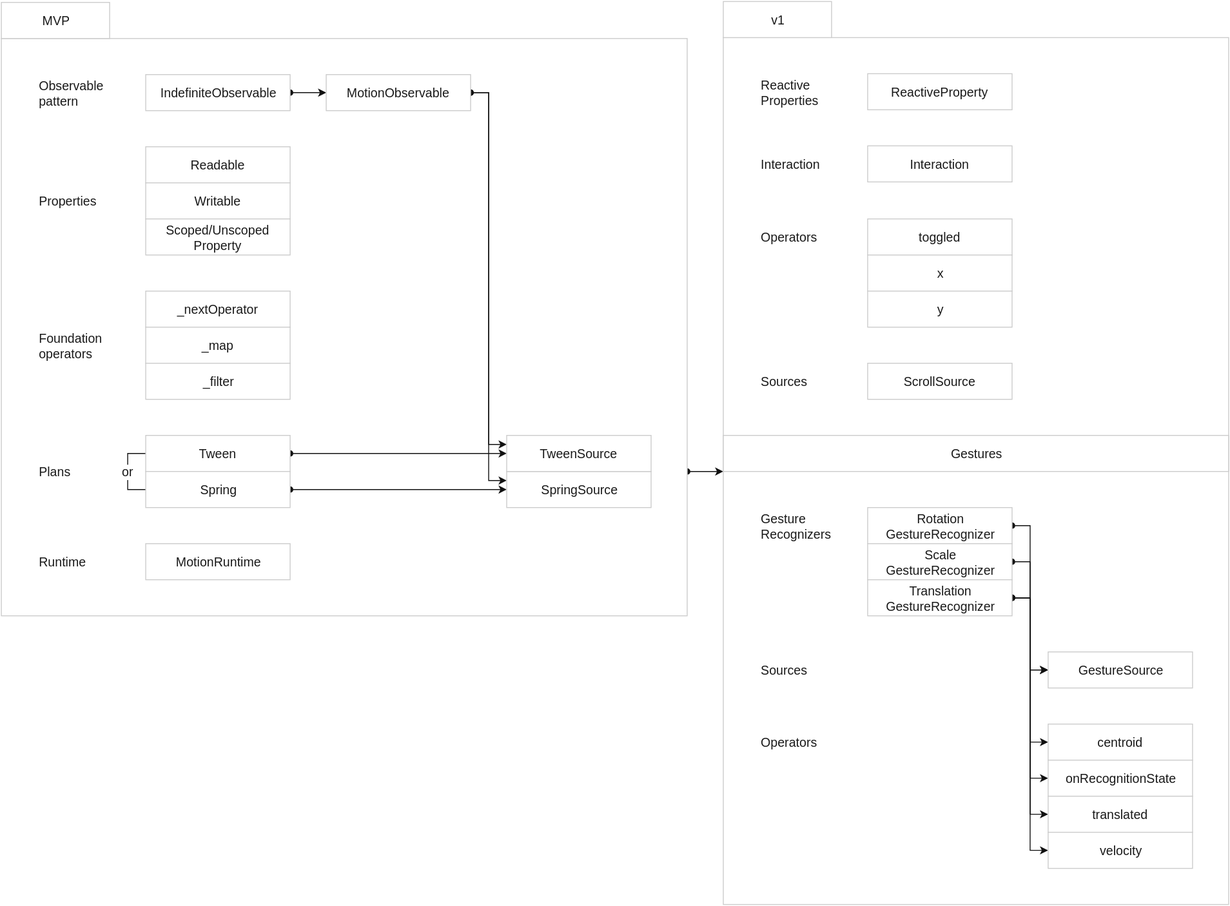
Before: assets/tech-tree-features.svg, a diagram exported from draw.io (material-motion/material-motion). Source tidied: cells renumbered, new cells last; positions are measured from the earlier drawing's top-left corner, leaving out a move shared by most shapes.
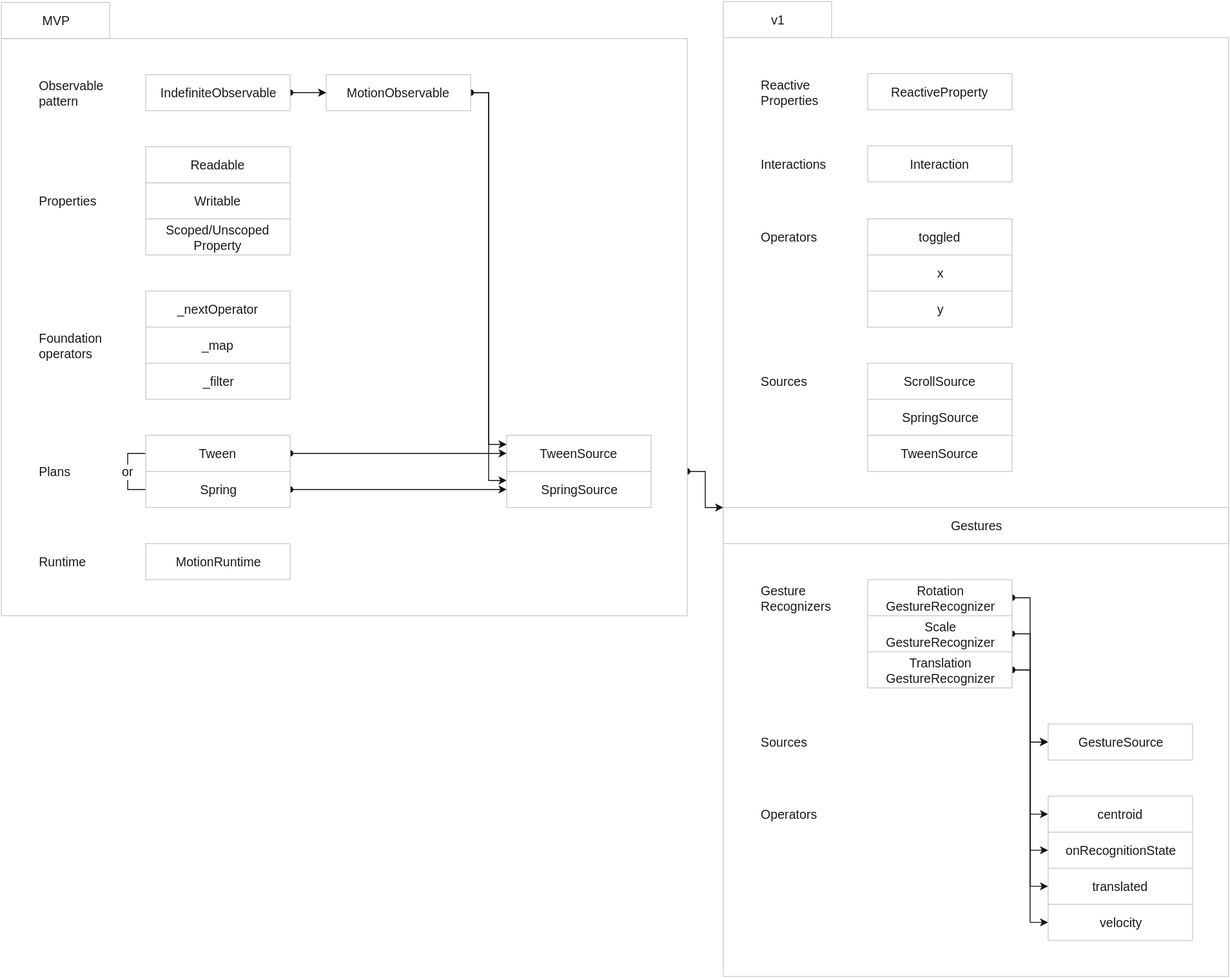
Above is the later version.

The edit, as a diff of the source:
```diff
@@ -3,7 +3,7 @@
     <mxCell id="0" />
     <mxCell id="1" parent="0" />
     <mxCell id="2" style="whiteSpace=wrap;html=1;labelBackgroundColor=none;strokeColor=#CCCCCC;strokeWidth=1;fillColor=#FFFFFF;gradientColor=none;fontFamily=Helvetica;fontSize=14;fontColor=#1A1A1A;align=center;" parent="1" vertex="1">
-      <mxGeometry x="800" y="40" width="560" height="961" as="geometry" />
+      <mxGeometry x="800" y="40" width="560" height="1041" as="geometry" />
     </mxCell>
     <mxCell id="3" style="edgeStyle=orthogonalEdgeStyle;rounded=0;html=1;exitX=1;exitY=0.75;entryX=0;entryY=0.5;labelBackgroundColor=#FFFFFF;startArrow=oval;startFill=1;endArrow=classic;endFill=1;jettySize=auto;strokeColor=#111;strokeWidth=1;fillColor=#ffffff;fontFamily=Helvetica;fontSize=14;fontColor=#1A1A1A;" parent="1" edge="1" source="4" target="2">
       <mxGeometry relative="1" as="geometry" />
@@ -98,7 +98,7 @@
     <mxCell id="33" value="Interaction" style="whiteSpace=wrap;html=1;labelBackgroundColor=none;strokeColor=#CCCCCC;strokeWidth=1;fillColor=#FFFFFF;gradientColor=none;fontFamily=Helvetica;fontSize=14;fontColor=#1A1A1A;align=center;" parent="1" vertex="1">
       <mxGeometry x="960" y="160" width="160" height="40" as="geometry" />
     </mxCell>
-    <mxCell id="34" value="Interaction" style="text;html=1;strokeColor=none;fillColor=none;align=left;verticalAlign=middle;whiteSpace=wrap;labelBackgroundColor=none;fontFamily=Helvetica;fontSize=14;fontColor=#1A1A1A;" parent="1" vertex="1">
+    <mxCell id="34" value="Interactions" style="text;html=1;strokeColor=none;fillColor=none;align=left;verticalAlign=middle;whiteSpace=wrap;labelBackgroundColor=none;fontFamily=Helvetica;fontSize=14;fontColor=#1A1A1A;" parent="1" vertex="1">
       <mxGeometry x="840" y="160" width="80" height="40" as="geometry" />
     </mxCell>
     <mxCell id="35" value="toggled" style="whiteSpace=wrap;html=1;labelBackgroundColor=none;strokeColor=#CCCCCC;strokeWidth=1;fillColor=#FFFFFF;gradientColor=none;fontFamily=Helvetica;fontSize=14;fontColor=#1A1A1A;align=center;" parent="1" vertex="1">
@@ -114,61 +114,61 @@
       <mxGeometry x="840" y="241" width="80" height="40" as="geometry" />
     </mxCell>
     <mxCell id="39" style="edgeStyle=orthogonalEdgeStyle;rounded=0;html=1;exitX=1;exitY=0.5;entryX=0;entryY=0.5;labelBackgroundColor=#FFFFFF;startArrow=oval;startFill=1;endArrow=classic;endFill=1;jettySize=auto;strokeColor=#111;strokeWidth=1;fillColor=#ffffff;fontFamily=Helvetica;fontSize=14;fontColor=#1A1A1A;" parent="1" edge="1" source="40" target="55">
-      <mxGeometry x="1000" y="737" as="geometry" />
+      <mxGeometry x="1000" y="817" as="geometry" />
     </mxCell>
     <mxCell id="40" value="Rotation&lt;div&gt;GestureRecognizer&lt;/div&gt;" style="whiteSpace=wrap;html=1;labelBackgroundColor=none;strokeColor=#CCCCCC;strokeWidth=1;fillColor=#FFFFFF;gradientColor=none;fontFamily=Helvetica;fontSize=14;fontColor=#1A1A1A;align=center;" parent="1" vertex="1">
-      <mxGeometry x="960" y="561" width="160" height="40" as="geometry" />
+      <mxGeometry x="960" y="641" width="160" height="40" as="geometry" />
     </mxCell>
     <mxCell id="41" value="Gesture Recognizers" style="text;html=1;strokeColor=none;fillColor=none;align=left;verticalAlign=middle;whiteSpace=wrap;labelBackgroundColor=none;fontFamily=Helvetica;fontSize=14;fontColor=#1A1A1A;" parent="1" vertex="1">
-      <mxGeometry x="840" y="561" width="80" height="40" as="geometry" />
+      <mxGeometry x="840" y="641" width="80" height="40" as="geometry" />
     </mxCell>
     <mxCell id="42" style="edgeStyle=orthogonalEdgeStyle;rounded=0;html=1;exitX=1;exitY=0.5;entryX=0;entryY=0.5;labelBackgroundColor=#FFFFFF;startArrow=oval;startFill=1;endArrow=classic;endFill=1;jettySize=auto;strokeColor=#111;strokeWidth=1;fillColor=#ffffff;fontFamily=Helvetica;fontSize=14;fontColor=#1A1A1A;" parent="1" edge="1" source="43" target="55">
-      <mxGeometry x="1000" y="777" as="geometry" />
+      <mxGeometry x="1000" y="857" as="geometry" />
     </mxCell>
     <mxCell id="43" value="Scale&lt;div&gt;GestureRecognizer&lt;/div&gt;" style="whiteSpace=wrap;html=1;labelBackgroundColor=none;strokeColor=#CCCCCC;strokeWidth=1;fillColor=#FFFFFF;gradientColor=none;fontFamily=Helvetica;fontSize=14;fontColor=#1A1A1A;align=center;" parent="1" vertex="1">
-      <mxGeometry x="960" y="601" width="160" height="40" as="geometry" />
+      <mxGeometry x="960" y="681" width="160" height="40" as="geometry" />
     </mxCell>
     <mxCell id="44" style="edgeStyle=orthogonalEdgeStyle;rounded=0;html=1;exitX=1;exitY=0.5;entryX=0;entryY=0.5;labelBackgroundColor=#FFFFFF;startArrow=oval;startFill=1;endArrow=classic;endFill=1;jettySize=auto;strokeColor=#111;strokeWidth=1;fillColor=#ffffff;fontFamily=Helvetica;fontSize=14;fontColor=#1A1A1A;" parent="1" edge="1" source="49" target="55">
-      <mxGeometry x="1000" y="817" as="geometry" />
+      <mxGeometry x="1000" y="897" as="geometry" />
     </mxCell>
     <mxCell id="45" style="edgeStyle=orthogonalEdgeStyle;rounded=0;html=1;exitX=1;exitY=0.5;entryX=0;entryY=0.5;labelBackgroundColor=#FFFFFF;startArrow=oval;startFill=1;endArrow=classic;endFill=1;jettySize=auto;strokeColor=#111;strokeWidth=1;fillColor=#ffffff;fontFamily=Helvetica;fontSize=14;fontColor=#1A1A1A;" parent="1" edge="1" source="49" target="50">
-      <mxGeometry x="1000" y="817" as="geometry" />
+      <mxGeometry x="1000" y="897" as="geometry" />
     </mxCell>
     <mxCell id="46" style="edgeStyle=orthogonalEdgeStyle;rounded=0;html=1;exitX=1;exitY=0.5;entryX=0;entryY=0.5;labelBackgroundColor=#FFFFFF;startArrow=oval;startFill=1;endArrow=classic;endFill=1;jettySize=auto;strokeColor=#111;strokeWidth=1;fillColor=#ffffff;fontFamily=Helvetica;fontSize=14;fontColor=#1A1A1A;" parent="1" edge="1" source="49" target="51">
-      <mxGeometry x="1000" y="817" as="geometry" />
+      <mxGeometry x="1000" y="897" as="geometry" />
     </mxCell>
     <mxCell id="47" style="edgeStyle=orthogonalEdgeStyle;rounded=0;html=1;exitX=1;exitY=0.5;entryX=0;entryY=0.5;labelBackgroundColor=#FFFFFF;startArrow=oval;startFill=1;endArrow=classic;endFill=1;jettySize=auto;strokeColor=#111;strokeWidth=1;fillColor=#ffffff;fontFamily=Helvetica;fontSize=14;fontColor=#1A1A1A;" parent="1" edge="1" source="49" target="52">
-      <mxGeometry x="1000" y="817" as="geometry" />
+      <mxGeometry x="1000" y="897" as="geometry" />
     </mxCell>
     <mxCell id="48" style="edgeStyle=orthogonalEdgeStyle;rounded=0;html=1;exitX=1;exitY=0.5;entryX=0;entryY=0.5;labelBackgroundColor=#FFFFFF;startArrow=oval;startFill=1;endArrow=classic;endFill=1;jettySize=auto;strokeColor=#111;strokeWidth=1;fillColor=#ffffff;fontFamily=Helvetica;fontSize=14;fontColor=#1A1A1A;" parent="1" edge="1" source="49" target="53">
-      <mxGeometry x="1000" y="817" as="geometry" />
+      <mxGeometry x="1000" y="897" as="geometry" />
     </mxCell>
     <mxCell id="49" value="Translation&lt;div&gt;GestureRecognizer&lt;/div&gt;" style="whiteSpace=wrap;html=1;labelBackgroundColor=none;strokeColor=#CCCCCC;strokeWidth=1;fillColor=#FFFFFF;gradientColor=none;fontFamily=Helvetica;fontSize=14;fontColor=#1A1A1A;align=center;" parent="1" vertex="1">
-      <mxGeometry x="960" y="641" width="160" height="40" as="geometry" />
+      <mxGeometry x="960" y="721" width="160" height="40" as="geometry" />
     </mxCell>
     <mxCell id="50" value="centroid" style="whiteSpace=wrap;html=1;labelBackgroundColor=none;strokeColor=#CCCCCC;strokeWidth=1;fillColor=#FFFFFF;gradientColor=none;fontFamily=Helvetica;fontSize=14;fontColor=#1A1A1A;align=center;" parent="1" vertex="1">
-      <mxGeometry x="1160" y="801" width="160" height="40" as="geometry" />
+      <mxGeometry x="1160" y="881" width="160" height="40" as="geometry" />
     </mxCell>
     <mxCell id="51" value="onRecognitionState" style="whiteSpace=wrap;html=1;labelBackgroundColor=none;strokeColor=#CCCCCC;strokeWidth=1;fillColor=#FFFFFF;gradientColor=none;fontFamily=Helvetica;fontSize=14;fontColor=#1A1A1A;align=center;" parent="1" vertex="1">
-      <mxGeometry x="1160" y="841" width="160" height="40" as="geometry" />
+      <mxGeometry x="1160" y="921" width="160" height="40" as="geometry" />
     </mxCell>
     <mxCell id="52" value="translated" style="whiteSpace=wrap;html=1;labelBackgroundColor=none;strokeColor=#CCCCCC;strokeWidth=1;fillColor=#FFFFFF;gradientColor=none;fontFamily=Helvetica;fontSize=14;fontColor=#1A1A1A;align=center;" parent="1" vertex="1">
-      <mxGeometry x="1160" y="881" width="160" height="40" as="geometry" />
+      <mxGeometry x="1160" y="961" width="160" height="40" as="geometry" />
     </mxCell>
     <mxCell id="53" value="velocity" style="whiteSpace=wrap;html=1;labelBackgroundColor=none;strokeColor=#CCCCCC;strokeWidth=1;fillColor=#FFFFFF;gradientColor=none;fontFamily=Helvetica;fontSize=14;fontColor=#1A1A1A;align=center;" parent="1" vertex="1">
-      <mxGeometry x="1160" y="921" width="160" height="40" as="geometry" />
+      <mxGeometry x="1160" y="1001" width="160" height="40" as="geometry" />
     </mxCell>
     <mxCell id="54" value="Sources" style="text;html=1;strokeColor=none;fillColor=none;align=left;verticalAlign=middle;whiteSpace=wrap;labelBackgroundColor=none;fontFamily=Helvetica;fontSize=14;fontColor=#1A1A1A;" parent="1" vertex="1">
-      <mxGeometry x="840" y="721" width="80" height="40" as="geometry" />
+      <mxGeometry x="840" y="801" width="80" height="40" as="geometry" />
     </mxCell>
     <mxCell id="55" value="GestureSource" style="whiteSpace=wrap;html=1;labelBackgroundColor=none;strokeColor=#CCCCCC;strokeWidth=1;fillColor=#FFFFFF;gradientColor=none;fontFamily=Helvetica;fontSize=14;fontColor=#1A1A1A;align=center;" parent="1" vertex="1">
-      <mxGeometry x="1160" y="721" width="160" height="40" as="geometry" />
+      <mxGeometry x="1160" y="801" width="160" height="40" as="geometry" />
     </mxCell>
     <mxCell id="56" value="Operators" style="text;html=1;strokeColor=none;fillColor=none;align=left;verticalAlign=middle;whiteSpace=wrap;labelBackgroundColor=none;fontFamily=Helvetica;fontSize=14;fontColor=#1A1A1A;" parent="1" vertex="1">
-      <mxGeometry x="840" y="801" width="80" height="40" as="geometry" />
+      <mxGeometry x="840" y="881" width="80" height="40" as="geometry" />
     </mxCell>
     <mxCell id="57" value="Gestures" style="whiteSpace=wrap;html=1;labelBackgroundColor=none;strokeColor=#CCCCCC;strokeWidth=1;fillColor=#FFFFFF;gradientColor=none;fontFamily=Helvetica;fontSize=14;fontColor=#1A1A1A;align=center;" parent="1" vertex="1">
-      <mxGeometry x="800" y="481" width="560" height="40" as="geometry" />
+      <mxGeometry x="800" y="561" width="560" height="40" as="geometry" />
     </mxCell>
     <mxCell id="58" value="Sources" style="text;html=1;strokeColor=none;fillColor=none;align=left;verticalAlign=middle;whiteSpace=wrap;labelBackgroundColor=none;fontFamily=Helvetica;fontSize=14;fontColor=#1A1A1A;" parent="1" vertex="1">
       <mxGeometry x="840" y="401" width="80" height="40" as="geometry" />
@@ -176,5 +176,11 @@
     <mxCell id="59" value="ScrollSource" style="whiteSpace=wrap;html=1;labelBackgroundColor=none;strokeColor=#CCCCCC;strokeWidth=1;fillColor=#FFFFFF;gradientColor=none;fontFamily=Helvetica;fontSize=14;fontColor=#1A1A1A;align=center;" parent="1" vertex="1">
       <mxGeometry x="960" y="401" width="160" height="40" as="geometry" />
     </mxCell>
+    <mxCell id="60" value="SpringSource" style="whiteSpace=wrap;html=1;labelBackgroundColor=none;strokeColor=#CCCCCC;strokeWidth=1;fillColor=#FFFFFF;gradientColor=none;fontFamily=Helvetica;fontSize=14;fontColor=#1A1A1A;align=center;" parent="1" vertex="1">
+      <mxGeometry x="960" y="441" width="160" height="40" as="geometry" />
+    </mxCell>
+    <mxCell id="61" value="TweenSource" style="whiteSpace=wrap;html=1;labelBackgroundColor=none;strokeColor=#CCCCCC;strokeWidth=1;fillColor=#FFFFFF;gradientColor=none;fontFamily=Helvetica;fontSize=14;fontColor=#1A1A1A;align=center;" parent="1" vertex="1">
+      <mxGeometry x="960" y="481" width="160" height="40" as="geometry" />
+    </mxCell>
   </root>
 </mxGraphModel>
```
